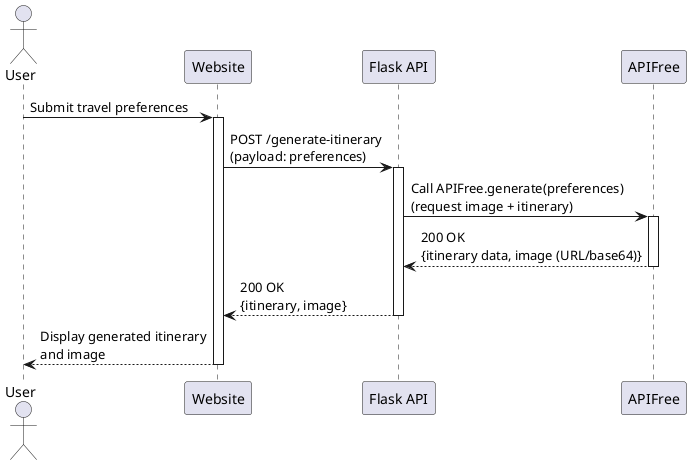
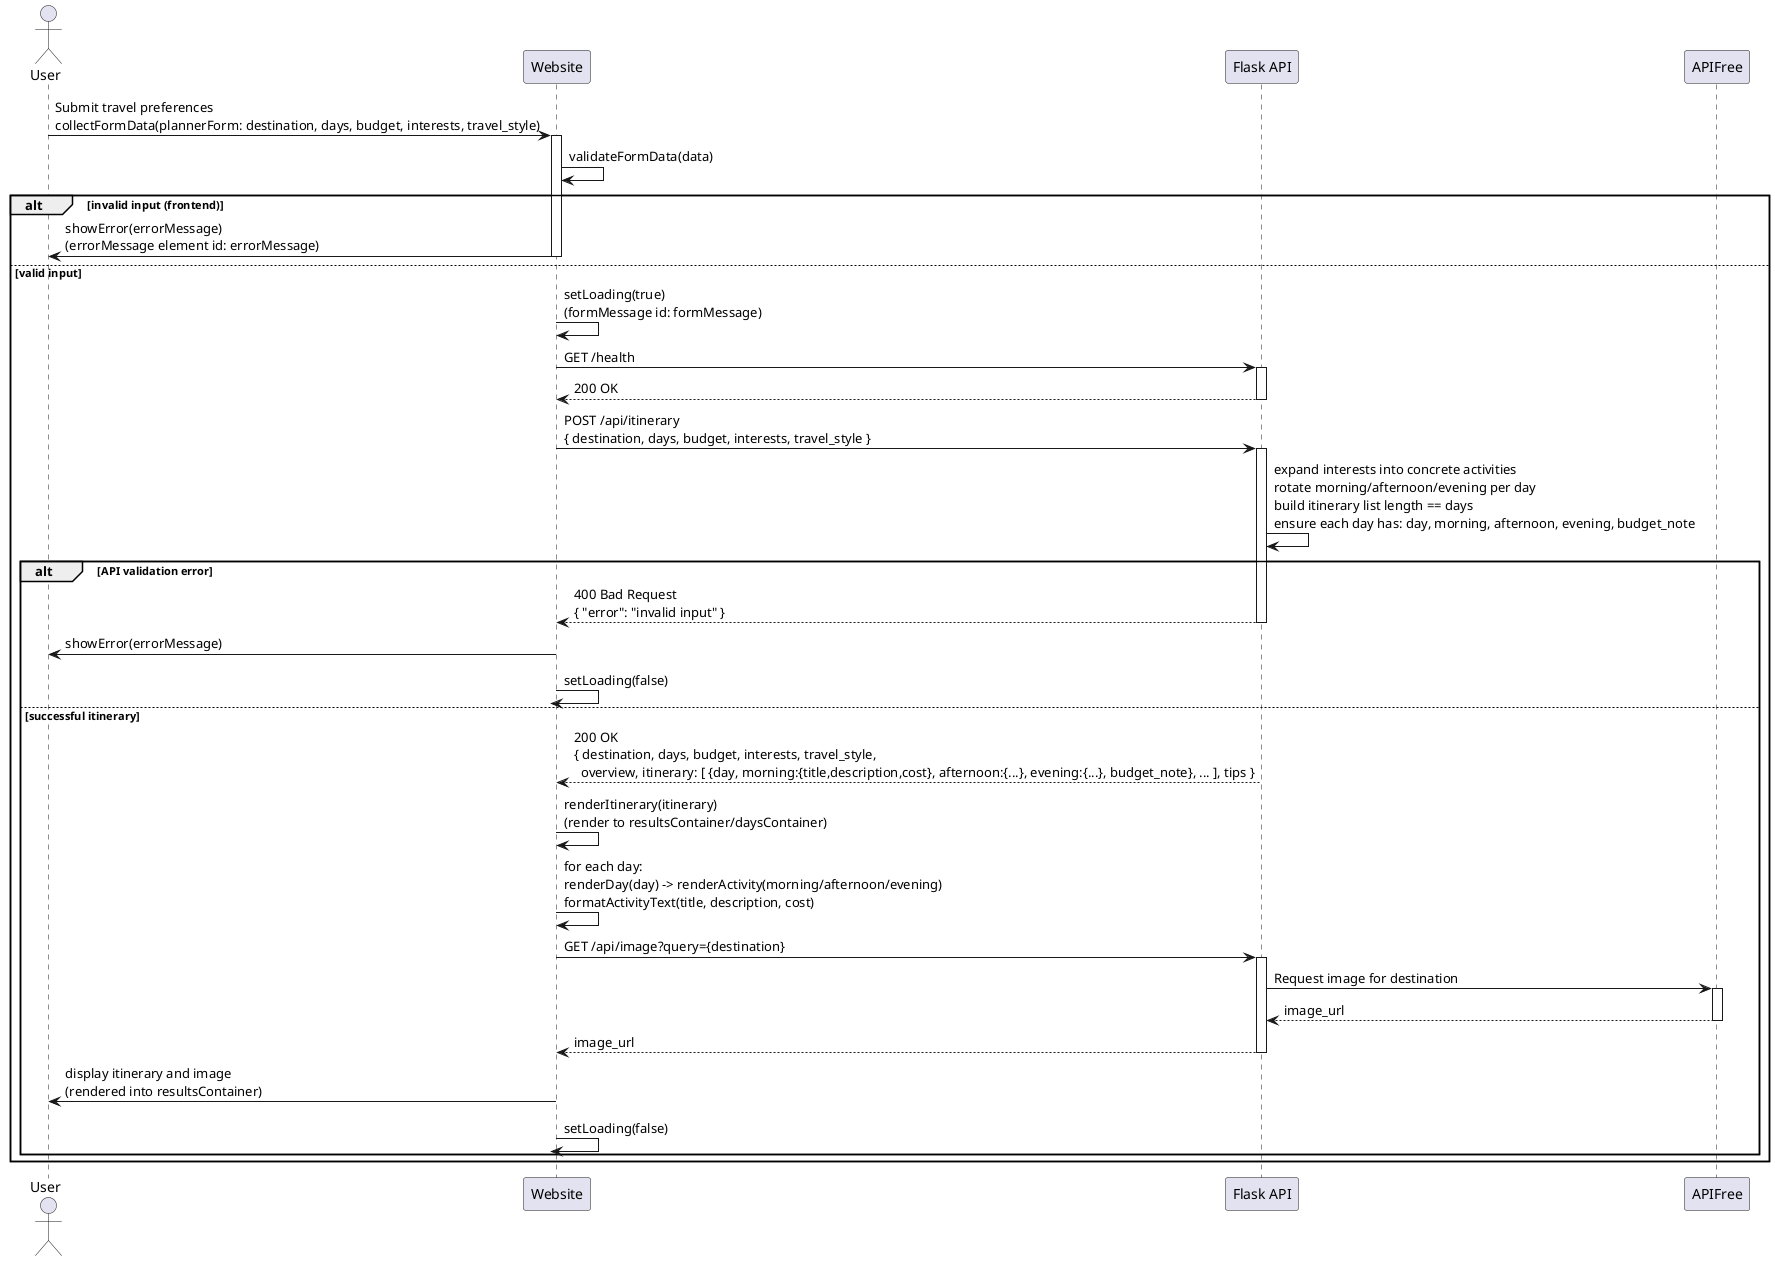
@startuml
actor User
- participant "Website" as Website
- participant "Flask API" as FlaskAPI
- participant "APIFree" as APIFree
+ participant Website
+ participant "Flask API" as API
+ participant APIFree

- User -> Website: Submit travel preferences
+ User -> Website : Submit travel preferences\ncollectFormData(plannerForm: destination, days, budget, interests, travel_style)
activate Website

- Website -> FlaskAPI: POST /generate-itinerary\n(payload: preferences)
- activate FlaskAPI
+ Website -> Website : validateFormData(data)
+ alt invalid input (frontend)
+   Website -> User : showError(errorMessage)\n(errorMessage element id: errorMessage)
+   deactivate Website
+ else valid input
+   Website -> Website : setLoading(true)\n(formMessage id: formMessage)
+   Website -> API : GET /health
+   activate API
+   API --> Website : 200 OK
+   deactivate API

- FlaskAPI -> APIFree: Call APIFree.generate(preferences)\n(request image + itinerary)
- activate APIFree
+   Website -> API : POST /api/itinerary\n{ destination, days, budget, interests, travel_style }
+   activate API
+   API -> API : expand interests into concrete activities\nrotate morning/afternoon/evening per day\nbuild itinerary list length == days\nensure each day has: day, morning, afternoon, evening, budget_note
+   alt API validation error
+     API --> Website : 400 Bad Request\n{ "error": "invalid input" }
+     deactivate API

- APIFree --> FlaskAPI: 200 OK\n{itinerary data, image (URL/base64)}
- deactivate APIFree
+     Website -> User : showError(errorMessage)
+     Website -> Website : setLoading(false)
+     deactivate Website
+   else successful itinerary
+     API --> Website : 200 OK\n{ destination, days, budget, interests, travel_style,\n  overview, itinerary: [ {day, morning:{title,description,cost}, afternoon:{...}, evening:{...}, budget_note}, ... ], tips }
+     deactivate API

- FlaskAPI --> Website: 200 OK\n{itinerary, image}
- deactivate FlaskAPI
+     Website -> Website : renderItinerary(itinerary)\n(render to resultsContainer/daysContainer)
+     Website -> Website : for each day:\nrenderDay(day) -> renderActivity(morning/afternoon/evening)\nformatActivityText(title, description, cost)
+     Website -> API : GET /api/image?query={destination}
+     activate API
+     API -> APIFree : Request image for destination
+     activate APIFree
+     APIFree --> API : image_url
+     deactivate APIFree
+     API --> Website : image_url
+     deactivate API

- Website --> User: Display generated itinerary\nand image
- deactivate Website
+     Website -> User : display itinerary and image\n(rendered into resultsContainer)
+     Website -> Website : setLoading(false)
+     deactivate Website
+   end
+ end
@enduml